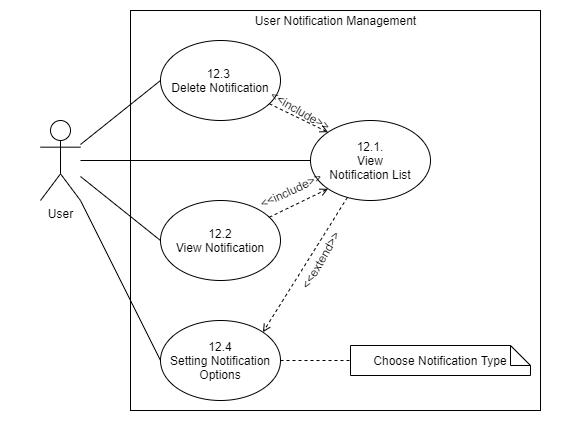
Merevoli-DatLuu/To-Do-App keeps this draw.io diagram as ToDoApp-Doc/Document/Diagram/UseCase/UserNotificationManagement/UserNotificationManagementUseCase.png. Above is the earlier version. Source tidied: cells renumbered, new cells last; positions are measured from the earlier drawing's top-left corner, leaving out a move shared by most shapes. The source it was exported from:
```xml
<mxGraphModel>
  <root>
    <mxCell id="0" />
    <mxCell id="1" parent="0" />
    <mxCell id="2" style="rounded=0;whiteSpace=wrap;html=1;strokeColor=none;" parent="1" vertex="1">
      <mxGeometry width="560" height="430" as="geometry" />
    </mxCell>
    <mxCell id="3" style="rounded=0;whiteSpace=wrap;html=1;" parent="1" vertex="1">
      <mxGeometry x="130" y="10" width="410" height="400" as="geometry" />
    </mxCell>
    <mxCell id="4" style="rounded=0;jettySize=auto;html=1;entryX=0;entryY=0.5;entryDx=0;entryDy=0;endArrow=none;endFill=0;" parent="1" edge="1" source="8" target="14">
      <mxGeometry relative="1" as="geometry" />
    </mxCell>
    <mxCell id="5" style="edgeStyle=none;rounded=0;jettySize=auto;html=1;entryX=0;entryY=0.5;entryDx=0;entryDy=0;endArrow=none;endFill=0;" parent="1" edge="1" source="8" target="10">
      <mxGeometry relative="1" as="geometry" />
    </mxCell>
    <mxCell id="6" style="edgeStyle=none;rounded=0;jettySize=auto;html=1;entryX=0;entryY=0.5;entryDx=0;entryDy=0;endArrow=none;endFill=0;" parent="1" edge="1" source="8" target="12">
      <mxGeometry relative="1" as="geometry" />
    </mxCell>
    <mxCell id="7" style="edgeStyle=none;rounded=0;jettySize=auto;html=1;entryX=0;entryY=0.5;entryDx=0;entryDy=0;endArrow=none;endFill=0;" parent="1" edge="1" source="8" target="16">
      <mxGeometry relative="1" as="geometry" />
    </mxCell>
    <mxCell id="8" value="User" style="shape=umlActor;verticalLabelPosition=bottom;verticalAlign=top;html=1;outlineConnect=0;" parent="1" vertex="1">
      <mxGeometry x="40" y="120" width="40" height="80" as="geometry" />
    </mxCell>
    <mxCell id="9" style="edgeStyle=none;rounded=0;jettySize=auto;html=1;entryX=1;entryY=0;entryDx=0;entryDy=0;dashed=1;endArrow=open;endFill=0;" parent="1" edge="1" source="10" target="16">
      <mxGeometry relative="1" as="geometry" />
    </mxCell>
    <mxCell id="10" value="12.1.&lt;br&gt;View&lt;br&gt;Notification List" style="ellipse;whiteSpace=wrap;html=1;" parent="1" vertex="1">
      <mxGeometry x="310" y="120" width="120" height="80" as="geometry" />
    </mxCell>
    <mxCell id="11" style="edgeStyle=none;rounded=0;jettySize=auto;html=1;entryX=0;entryY=1;entryDx=0;entryDy=0;dashed=1;endArrow=open;endFill=0;" parent="1" edge="1" source="12" target="10">
      <mxGeometry relative="1" as="geometry" />
    </mxCell>
    <mxCell id="12" value="12.2&lt;br&gt;View Notification" style="ellipse;whiteSpace=wrap;html=1;" parent="1" vertex="1">
      <mxGeometry x="160" y="200" width="120" height="80" as="geometry" />
    </mxCell>
    <mxCell id="13" style="edgeStyle=none;rounded=0;jettySize=auto;html=1;entryX=0;entryY=0;entryDx=0;entryDy=0;endArrow=open;endFill=0;dashed=1;" parent="1" edge="1" source="14" target="10">
      <mxGeometry relative="1" as="geometry" />
    </mxCell>
    <mxCell id="14" value="12.3&amp;nbsp;&lt;br&gt;Delete Notification" style="ellipse;whiteSpace=wrap;html=1;" parent="1" vertex="1">
      <mxGeometry x="160" y="40" width="120" height="80" as="geometry" />
    </mxCell>
    <mxCell id="15" style="edgeStyle=none;rounded=0;jettySize=auto;html=1;entryX=0;entryY=0.5;entryDx=0;entryDy=0;entryPerimeter=0;dashed=1;endArrow=none;endFill=0;" parent="1" edge="1" source="16" target="17">
      <mxGeometry relative="1" as="geometry" />
    </mxCell>
    <mxCell id="16" value="12.4&lt;br&gt;Setting Notification&lt;br&gt;Options" style="ellipse;whiteSpace=wrap;html=1;" parent="1" vertex="1">
      <mxGeometry x="160" y="320" width="120" height="80" as="geometry" />
    </mxCell>
    <mxCell id="17" value="Choose Notification Type" style="shape=note;size=20;whiteSpace=wrap;html=1;" parent="1" vertex="1">
      <mxGeometry x="350" y="345" width="180" height="30" as="geometry" />
    </mxCell>
    <mxCell id="18" value="&amp;lt;&amp;lt;include&amp;gt;&amp;gt;" style="text;html=1;align=center;verticalAlign=middle;rotation=30;" parent="1" vertex="1">
      <mxGeometry x="260" y="100" width="80" height="20" as="geometry" />
    </mxCell>
    <mxCell id="19" value="&amp;lt;&amp;lt;include&amp;gt;&amp;gt;" style="text;html=1;align=center;verticalAlign=middle;rotation=-25;" parent="1" vertex="1">
      <mxGeometry x="250" y="180" width="80" height="20" as="geometry" />
    </mxCell>
    <mxCell id="20" value="&amp;lt;&amp;lt;extend&amp;gt;&amp;gt;" style="text;html=1;align=center;verticalAlign=middle;rotation=-60;" parent="1" vertex="1">
      <mxGeometry x="280" y="250" width="80" height="20" as="geometry" />
    </mxCell>
    <mxCell id="21" value="User Notification Management" style="text;html=1;align=center;verticalAlign=middle;" parent="1" vertex="1">
      <mxGeometry x="245" y="10" width="180" height="20" as="geometry" />
    </mxCell>
  </root>
</mxGraphModel>
```
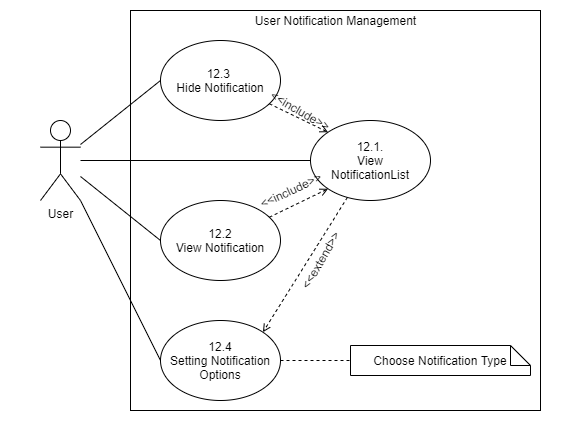
Above is the later version.

Commit message:
[Modified]: UserNotificationManagement UseCase

Change to the diagram source:
```diff
@@ -26,7 +26,7 @@
     <mxCell id="9" style="edgeStyle=none;rounded=0;jettySize=auto;html=1;entryX=1;entryY=0;entryDx=0;entryDy=0;dashed=1;endArrow=open;endFill=0;" parent="1" edge="1" source="10" target="16">
       <mxGeometry relative="1" as="geometry" />
     </mxCell>
-    <mxCell id="10" value="12.1.&lt;br&gt;View&lt;br&gt;Notification List" style="ellipse;whiteSpace=wrap;html=1;" parent="1" vertex="1">
+    <mxCell id="10" value="12.1.&lt;br&gt;View&lt;br&gt;NotificationList" style="ellipse;whiteSpace=wrap;html=1;" parent="1" vertex="1">
       <mxGeometry x="310" y="120" width="120" height="80" as="geometry" />
     </mxCell>
     <mxCell id="11" style="edgeStyle=none;rounded=0;jettySize=auto;html=1;entryX=0;entryY=1;entryDx=0;entryDy=0;dashed=1;endArrow=open;endFill=0;" parent="1" edge="1" source="12" target="10">
@@ -38,7 +38,7 @@
     <mxCell id="13" style="edgeStyle=none;rounded=0;jettySize=auto;html=1;entryX=0;entryY=0;entryDx=0;entryDy=0;endArrow=open;endFill=0;dashed=1;" parent="1" edge="1" source="14" target="10">
       <mxGeometry relative="1" as="geometry" />
     </mxCell>
-    <mxCell id="14" value="12.3&amp;nbsp;&lt;br&gt;Delete Notification" style="ellipse;whiteSpace=wrap;html=1;" parent="1" vertex="1">
+    <mxCell id="14" value="12.3&amp;nbsp;&lt;br&gt;Hide Notification" style="ellipse;whiteSpace=wrap;html=1;" parent="1" vertex="1">
       <mxGeometry x="160" y="40" width="120" height="80" as="geometry" />
     </mxCell>
     <mxCell id="15" style="edgeStyle=none;rounded=0;jettySize=auto;html=1;entryX=0;entryY=0.5;entryDx=0;entryDy=0;entryPerimeter=0;dashed=1;endArrow=none;endFill=0;" parent="1" edge="1" source="16" target="17">
```
